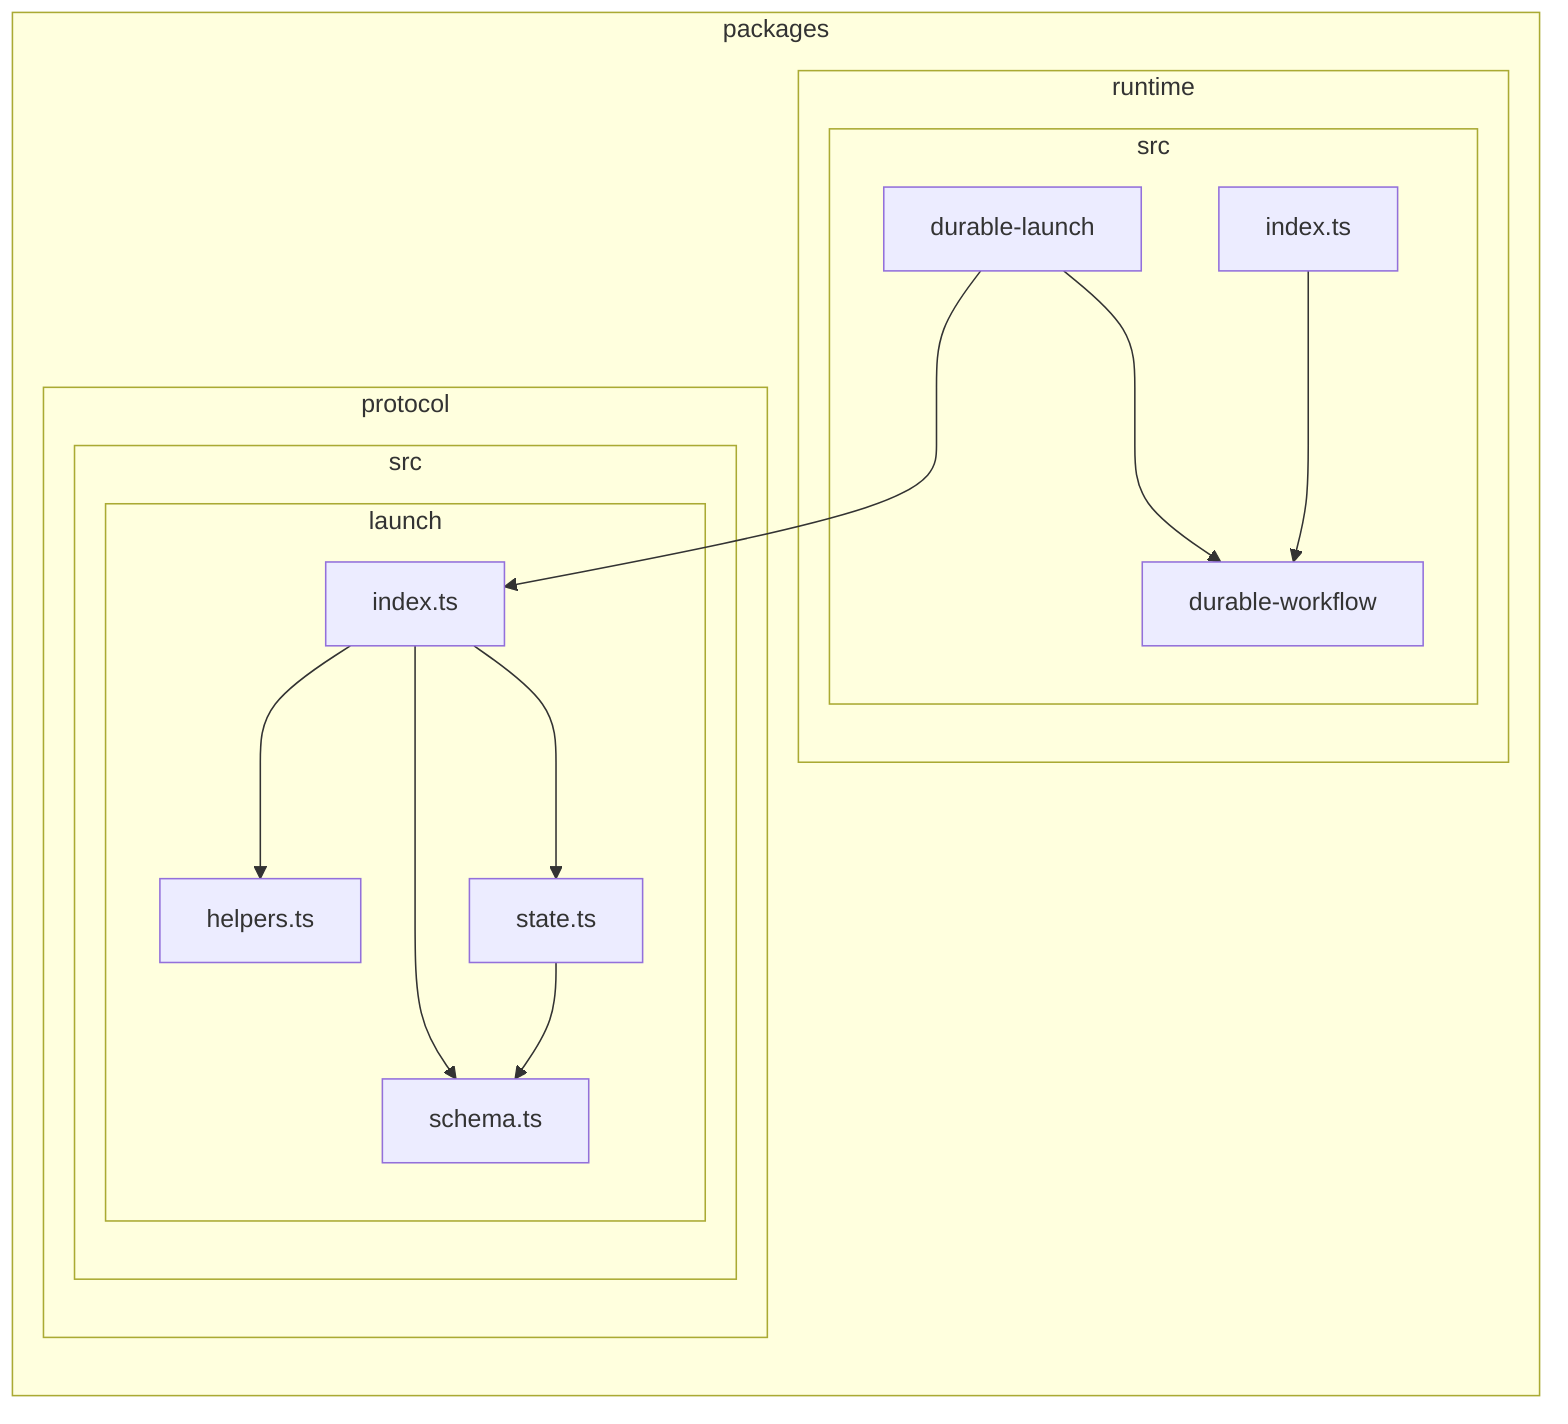
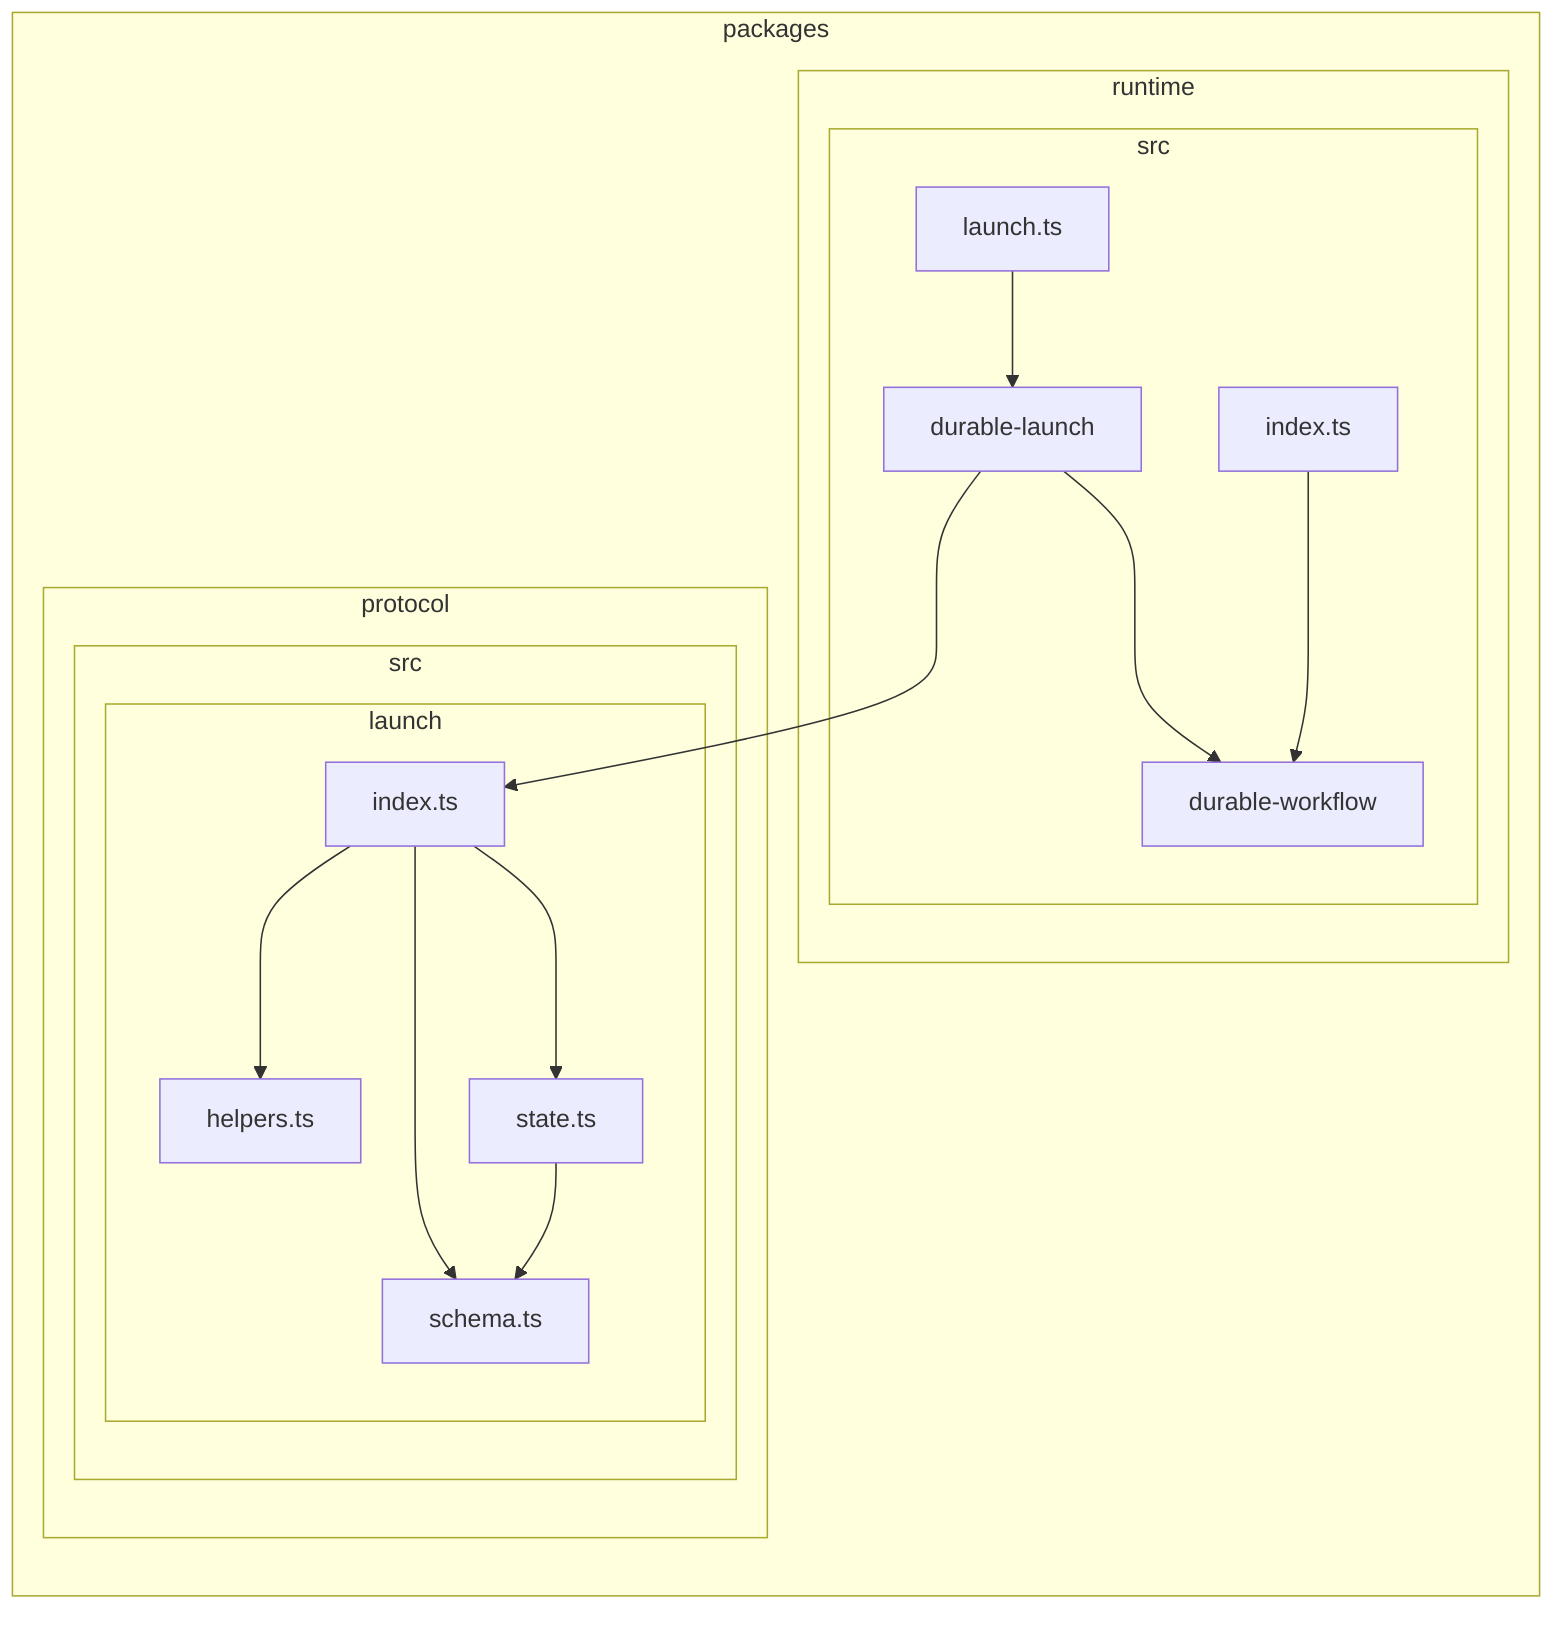
flowchart LR

subgraph 0["packages"]
subgraph 1["protocol"]
subgraph 2["src"]
subgraph 3["launch"]
4["helpers.ts"]
5["index.ts"]
6["schema.ts"]
7["state.ts"]
end
end
end
subgraph 8["runtime"]
subgraph 9["src"]
A["durable-launch"]
B["durable-workflow"]
C["index.ts"]
+ D["launch.ts"]
end
end
end
5-->4
5-->6
5-->7
7-->6
A-->B
A-->5
C-->B
+ D-->A
